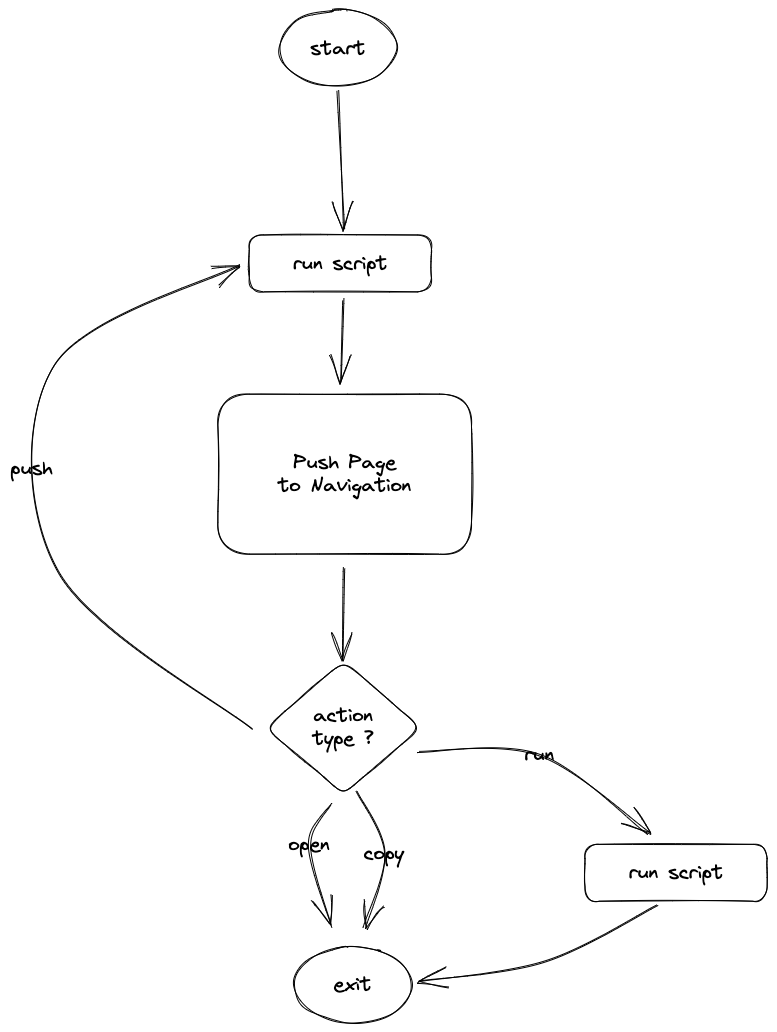
Before: docs/src/assets/event-loop.excalidraw.png, a diagram exported from Excalidraw (pomdtr/sunbeam). Source tidied: one line per element, renumbered; positions are measured from the earlier drawing's top-left corner, leaving out a move shared by most shapes.
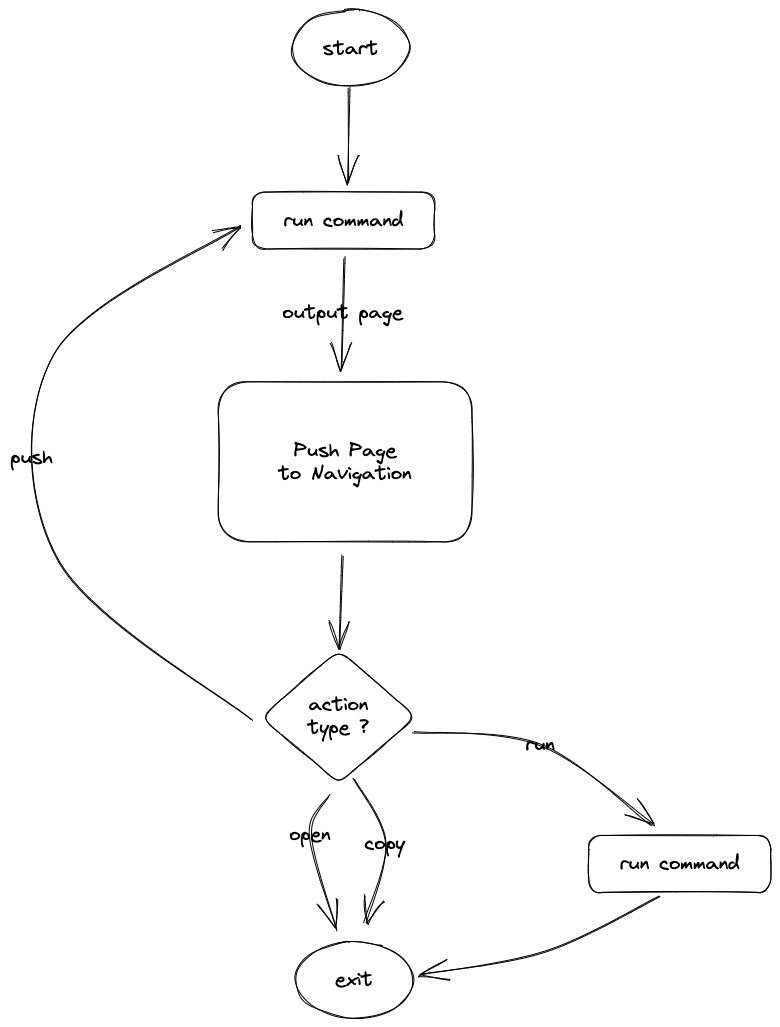
After the commit.

Diff of the diagram source:
```diff
@@ -1,24 +1,25 @@
-{"id": 0, "type": "ellipse", "strokeColor": "#000000", "strokeWidth": 1, "roughness": 1, "round": true, "x": 269, "y": 0, "width": 118, "height": 76}
+{"id": 0, "type": "ellipse", "strokeColor": "#000000", "strokeWidth": 1, "roughness": 1, "round": true, "x": 281, "y": 10, "width": 118, "height": 76}
-{"id": 1, "type": "text", "text": "start", "strokeColor": "#000000", "strokeWidth": 1, "roughness": 1, "fontSize": 20, "fontFamily": 1, "textAlign": "center", "verticalAlign": "middle", "inside": 0, "x": 300, "y": 26, "width": 56, "height": 23}
+{"id": 1, "type": "text", "text": "start", "strokeColor": "#000000", "strokeWidth": 1, "roughness": 1, "fontSize": 20, "fontFamily": 1, "textAlign": "center", "verticalAlign": "middle", "inside": 0, "x": 312, "y": 37, "width": 56, "height": 23}
-{"id": 2, "type": "rectangle", "strokeColor": "#000000", "strokeWidth": 1, "roughness": 1, "round": true, "x": 208, "y": 384, "width": 254, "height": 160}
+{"id": 2, "type": "rectangle", "strokeColor": "#000000", "strokeWidth": 1, "roughness": 1, "round": true, "x": 207, "y": 382, "width": 254, "height": 160}
-{"id": 3, "type": "text", "text": "Push Page\nto Navigation", "strokeColor": "#000000", "strokeWidth": 1, "roughness": 1, "fontSize": 20, "fontFamily": 1, "textAlign": "center", "verticalAlign": "middle", "inside": 2, "x": 268, "y": 441, "width": 134, "height": 46}
+{"id": 3, "type": "text", "text": "Push Page\nto Navigation", "strokeColor": "#000000", "strokeWidth": 1, "roughness": 1, "fontSize": 20, "fontFamily": 1, "textAlign": "center", "verticalAlign": "middle", "inside": 2, "x": 267, "y": 439, "width": 134, "height": 46}
-{"id": 4, "type": "rectangle", "strokeColor": "#000000", "strokeWidth": 1, "roughness": 1, "round": true, "x": 239, "y": 225, "width": 182, "height": 57}
+{"id": 4, "type": "rectangle", "strokeColor": "#000000", "strokeWidth": 1, "roughness": 1, "round": true, "x": 242, "y": 192, "width": 182, "height": 57}
-{"id": 5, "type": "text", "text": "run script", "strokeColor": "#000000", "strokeWidth": 1, "roughness": 1, "fontSize": 20, "fontFamily": 1, "textAlign": "center", "verticalAlign": "middle", "inside": 4, "x": 283, "y": 242, "width": 95, "height": 23}
+{"id": 5, "type": "text", "text": "run command", "strokeColor": "#000000", "strokeWidth": 1, "roughness": 1, "fontSize": 20, "fontFamily": 1, "textAlign": "center", "verticalAlign": "middle", "inside": 4, "x": 272, "y": 209, "width": 121, "height": 23}
-{"id": 6, "type": "arrow", "strokeColor": "#000000", "strokeWidth": 1, "roughness": 1, "endArrowhead": "arrow", "round": true, "from": 0, "to": 4, "x": 328, "y": 80, "width": 7, "height": 140, "points": [[0, 0], [7, 140]]}
+{"id": 6, "type": "arrow", "strokeColor": "#000000", "strokeWidth": 1, "roughness": 1, "endArrowhead": "arrow", "round": true, "from": 0, "to": 4, "x": 338, "y": 88, "width": 0, "height": 97, "points": [[0, 0], [0, 97]]}
-{"id": 7, "type": "arrow", "strokeColor": "#000000", "strokeWidth": 1, "roughness": 1, "endArrowhead": "arrow", "round": true, "from": 4, "to": 2, "x": 334, "y": 289, "width": 3, "height": 81, "points": [[0, 0], [-3, 81]]}
+{"id": 7, "type": "arrow", "strokeColor": "#000000", "strokeWidth": 1, "roughness": 1, "endArrowhead": "arrow", "round": true, "from": 4, "to": 2, "x": 334, "y": 258, "width": 4, "height": 111, "points": [[0, 0], [-4, 111]]}
+{"id": 24, "type": "text", "text": "output page", "strokeColor": "#000000", "strokeWidth": 1, "roughness": 1, "fontSize": 20, "fontFamily": 1, "textAlign": "center", "verticalAlign": "middle", "inside": 7, "x": 271, "y": 302, "width": 121, "height": 23}
-{"id": 8, "type": "arrow", "strokeColor": "#000000", "strokeWidth": 1, "roughness": 1, "endArrowhead": "arrow", "round": true, "from": 2, "to": 9, "x": 334, "y": 559, "width": 2, "height": 92, "points": [[0, 0], [-2, 92]]}
+{"id": 8, "type": "arrow", "strokeColor": "#000000", "strokeWidth": 1, "roughness": 1, "endArrowhead": "arrow", "round": true, "from": 2, "to": 9, "x": 332, "y": 557, "width": 4, "height": 92, "points": [[0, 0], [-4, 92]]}
-{"id": 9, "type": "diamond", "strokeColor": "#000000", "strokeWidth": 1, "roughness": 1, "round": true, "x": 256, "y": 651, "width": 155, "height": 133}
+{"id": 9, "type": "diamond", "strokeColor": "#000000", "strokeWidth": 1, "roughness": 1, "round": true, "x": 250, "y": 650, "width": 155, "height": 133}
-{"id": 10, "type": "text", "text": "action\ntype ?", "strokeColor": "#000000", "strokeWidth": 1, "roughness": 1, "fontSize": 20, "fontFamily": 1, "textAlign": "center", "verticalAlign": "middle", "inside": 9, "x": 302, "y": 694, "width": 62, "height": 46}
+{"id": 10, "type": "text", "text": "action\ntype ?", "strokeColor": "#000000", "strokeWidth": 1, "roughness": 1, "fontSize": 20, "fontFamily": 1, "textAlign": "center", "verticalAlign": "middle", "inside": 9, "x": 297, "y": 694, "width": 62, "height": 46}
-{"id": 11, "type": "arrow", "strokeColor": "#000000", "strokeWidth": 1, "roughness": 1, "endArrowhead": "arrow", "round": true, "from": 9, "to": 4, "x": 243, "y": 719, "width": 200, "height": 464, "points": [[0, 0], [-196, -158], [-200, -362], [-13, -464]]}
+{"id": 11, "type": "arrow", "strokeColor": "#000000", "strokeWidth": 1, "roughness": 1, "endArrowhead": "arrow", "round": true, "from": 9, "to": 4, "x": 242, "y": 720, "width": 200, "height": 494, "points": [[0, 0], [-196, -161], [-200, -364], [-12, -494]]}
-{"id": 12, "type": "text", "text": "push", "strokeColor": "#000000", "strokeWidth": 1, "roughness": 1, "fontSize": 20, "fontFamily": 1, "textAlign": "center", "verticalAlign": "middle", "inside": 11, "x": 0, "y": 447, "width": 43, "height": 23}
+{"id": 12, "type": "text", "text": "push", "strokeColor": "#000000", "strokeWidth": 1, "roughness": 1, "fontSize": 20, "fontFamily": 1, "textAlign": "center", "verticalAlign": "middle", "inside": 11, "x": -1, "y": 446, "width": 43, "height": 23}
-{"id": 13, "type": "ellipse", "strokeColor": "#000000", "strokeWidth": 1, "roughness": 1, "round": true, "x": 283, "y": 937, "width": 118, "height": 76}
+{"id": 13, "type": "ellipse", "strokeColor": "#000000", "strokeWidth": 1, "roughness": 1, "round": true, "x": 284, "y": 942, "width": 118, "height": 76}
-{"id": 14, "type": "text", "text": "exit", "strokeColor": "#000000", "strokeWidth": 1, "roughness": 1, "fontSize": 20, "fontFamily": 1, "textAlign": "center", "verticalAlign": "middle", "inside": 13, "x": 323, "y": 963, "width": 39, "height": 23}
+{"id": 14, "type": "text", "text": "exit", "strokeColor": "#000000", "strokeWidth": 1, "roughness": 1, "fontSize": 20, "fontFamily": 1, "textAlign": "center", "verticalAlign": "middle", "inside": 13, "x": 324, "y": 968, "width": 39, "height": 23}
-{"id": 15, "type": "arrow", "strokeColor": "#000000", "strokeWidth": 1, "roughness": 1, "endArrowhead": "arrow", "round": true, "from": 9, "x": 321, "y": 794, "width": 22, "height": 123, "points": [[0, 0], [-22, 41], [0, 123]]}
+{"id": 15, "type": "arrow", "strokeColor": "#000000", "strokeWidth": 1, "roughness": 1, "endArrowhead": "arrow", "round": true, "from": 9, "to": 13, "x": 319, "y": 795, "width": 27, "height": 135, "points": [[0, 0], [-19, 40], [7, 135]]}
 {"id": 16, "type": "text", "text": "open", "strokeColor": "#000000", "strokeWidth": 1, "roughness": 1, "fontSize": 20, "fontFamily": 1, "textAlign": "center", "verticalAlign": "middle", "inside": 15, "x": 278, "y": 823, "width": 42, "height": 23}
-{"id": 17, "type": "arrow", "strokeColor": "#000000", "strokeWidth": 1, "roughness": 1, "endArrowhead": "arrow", "round": true, "from": 9, "to": 13, "x": 347, "y": 781, "width": 27, "height": 138, "points": [[0, 0], [27, 63], [7, 138]]}
+{"id": 17, "type": "arrow", "strokeColor": "#000000", "strokeWidth": 1, "roughness": 1, "endArrowhead": "arrow", "round": true, "from": 9, "to": 13, "x": 344, "y": 779, "width": 30, "height": 145, "points": [[0, 0], [30, 65], [10, 145]]}
 {"id": 18, "type": "text", "text": "copy", "strokeColor": "#000000", "strokeWidth": 1, "roughness": 1, "fontSize": 20, "fontFamily": 1, "textAlign": "center", "verticalAlign": "middle", "inside": 17, "x": 353, "y": 832, "width": 41, "height": 23}
-{"id": 19, "type": "rectangle", "strokeColor": "#000000", "strokeWidth": 1, "roughness": 1, "round": true, "x": 575, "y": 834, "width": 182, "height": 57}
+{"id": 19, "type": "rectangle", "strokeColor": "#000000", "strokeWidth": 1, "roughness": 1, "round": true, "x": 578, "y": 836, "width": 182, "height": 57}
-{"id": 20, "type": "text", "text": "run script", "strokeColor": "#000000", "strokeWidth": 1, "roughness": 1, "fontSize": 20, "fontFamily": 1, "textAlign": "center", "verticalAlign": "middle", "inside": 19, "x": 619, "y": 851, "width": 95, "height": 23}
+{"id": 20, "type": "text", "text": "run command", "strokeColor": "#000000", "strokeWidth": 1, "roughness": 1, "fontSize": 20, "fontFamily": 1, "textAlign": "center", "verticalAlign": "middle", "inside": 19, "x": 608, "y": 853, "width": 121, "height": 23}
-{"id": 21, "type": "arrow", "strokeColor": "#000000", "strokeWidth": 1, "roughness": 1, "endArrowhead": "arrow", "round": true, "from": 9, "to": 19, "x": 407, "y": 743, "width": 231, "height": 81, "points": [[0, 0], [122, 2], [231, 81]]}
+{"id": 21, "type": "arrow", "strokeColor": "#000000", "strokeWidth": 1, "roughness": 1, "endArrowhead": "arrow", "round": true, "from": 9, "to": 19, "x": 401, "y": 733, "width": 240, "height": 92, "points": [[0, 0], [128, 11], [240, 92]]}
 {"id": 22, "type": "text", "text": "run", "strokeColor": "#000000", "strokeWidth": 1, "roughness": 1, "fontSize": 20, "fontFamily": 1, "textAlign": "center", "verticalAlign": "middle", "inside": 21, "x": 514, "y": 733, "width": 30, "height": 23}
-{"id": 23, "type": "arrow", "strokeColor": "#000000", "strokeWidth": 1, "roughness": 1, "endArrowhead": "arrow", "round": true, "from": 19, "to": 13, "x": 647, "y": 894, "width": 238, "height": 77, "points": [[0, 0], [-112, 58], [-238, 77]]}
+{"id": 23, "type": "arrow", "strokeColor": "#000000", "strokeWidth": 1, "roughness": 1, "endArrowhead": "arrow", "round": true, "from": 19, "to": 13, "x": 649, "y": 896, "width": 239, "height": 80, "points": [[0, 0], [-114, 56], [-239, 80]]}
```
